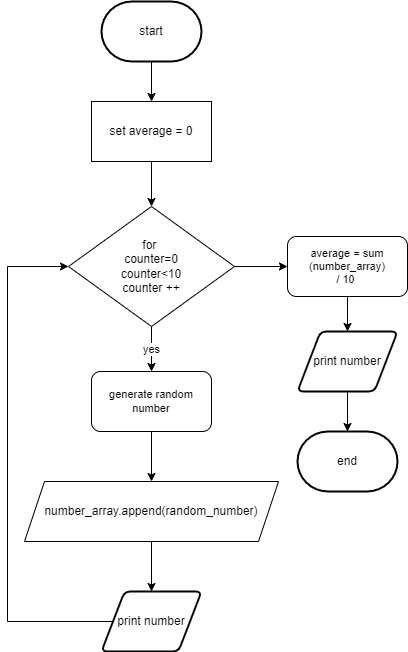
This is flow.png from devin-jhu/ICS3U-Unit6-05-Python, a draw.io export, as it was before one commit. Source tidied: cells renumbered, new cells last; positions are measured from the earlier drawing's top-left corner, leaving out a move shared by most shapes. Its diagram source:
```xml
<mxGraphModel>
  <root>
    <mxCell id="0" />
    <mxCell id="1" parent="0" />
    <mxCell id="2" style="edgeStyle=orthogonalEdgeStyle;shape=connector;rounded=0;html=1;exitX=0;exitY=0.5;exitDx=0;exitDy=0;entryX=0;entryY=0.5;entryDx=0;entryDy=0;labelBackgroundColor=default;fontFamily=Helvetica;fontSize=11;fontColor=default;endArrow=classic;strokeColor=default;" parent="1" edge="1" source="3" target="7">
      <mxGeometry relative="1" as="geometry">
        <Array as="points">
          <mxPoint y="620" />
          <mxPoint y="265" />
        </Array>
      </mxGeometry>
    </mxCell>
    <mxCell id="3" value="print number" style="shape=parallelogram;html=1;strokeWidth=2;perimeter=parallelogramPerimeter;whiteSpace=wrap;rounded=1;arcSize=12;size=0.23;" parent="1" vertex="1">
      <mxGeometry x="94" y="590" width="100" height="60" as="geometry" />
    </mxCell>
    <mxCell id="4" value="end" style="strokeWidth=2;html=1;shape=mxgraph.flowchart.terminator;whiteSpace=wrap;" parent="1" vertex="1">
      <mxGeometry x="290" y="430" width="100" height="60" as="geometry" />
    </mxCell>
    <mxCell id="5" value="yes" style="edgeStyle=orthogonalEdgeStyle;shape=connector;rounded=0;html=1;exitX=0.5;exitY=1;exitDx=0;exitDy=0;entryX=0.5;entryY=0;entryDx=0;entryDy=0;labelBackgroundColor=default;fontFamily=Helvetica;fontSize=11;fontColor=default;endArrow=classic;strokeColor=default;" parent="1" edge="1" source="7" target="11">
      <mxGeometry relative="1" as="geometry" />
    </mxCell>
    <mxCell id="6" style="edgeStyle=orthogonalEdgeStyle;shape=connector;rounded=0;html=1;exitX=1;exitY=0.5;exitDx=0;exitDy=0;entryX=0;entryY=0.5;entryDx=0;entryDy=0;labelBackgroundColor=default;fontFamily=Helvetica;fontSize=11;fontColor=default;endArrow=classic;strokeColor=default;" parent="1" edge="1" source="7" target="17">
      <mxGeometry relative="1" as="geometry" />
    </mxCell>
    <mxCell id="7" value="for&amp;nbsp;&lt;br&gt;counter=0&lt;br&gt;counter&amp;lt;10&lt;br&gt;counter ++" style="rhombus;whiteSpace=wrap;html=1;" parent="1" vertex="1">
      <mxGeometry x="61" y="205" width="166" height="120" as="geometry" />
    </mxCell>
    <mxCell id="8" style="edgeStyle=orthogonalEdgeStyle;shape=connector;rounded=0;html=1;exitX=0.5;exitY=1;exitDx=0;exitDy=0;entryX=0.5;entryY=0;entryDx=0;entryDy=0;labelBackgroundColor=default;fontFamily=Helvetica;fontSize=11;fontColor=default;endArrow=classic;strokeColor=default;" parent="1" edge="1" source="9" target="3">
      <mxGeometry relative="1" as="geometry" />
    </mxCell>
    <mxCell id="9" value="number_array.append(random_number)" style="shape=parallelogram;perimeter=parallelogramPerimeter;whiteSpace=wrap;html=1;fixedSize=1;" parent="1" vertex="1">
      <mxGeometry x="17" y="480" width="254" height="60" as="geometry" />
    </mxCell>
    <mxCell id="10" style="edgeStyle=orthogonalEdgeStyle;shape=connector;rounded=0;html=1;exitX=0.5;exitY=1;exitDx=0;exitDy=0;labelBackgroundColor=default;fontFamily=Helvetica;fontSize=11;fontColor=default;endArrow=classic;strokeColor=default;" parent="1" edge="1" source="11" target="9">
      <mxGeometry relative="1" as="geometry" />
    </mxCell>
    <mxCell id="11" value="generate random number" style="rounded=1;whiteSpace=wrap;html=1;fontFamily=Helvetica;fontSize=11;fontColor=default;" parent="1" vertex="1">
      <mxGeometry x="84" y="370" width="120" height="60" as="geometry" />
    </mxCell>
    <mxCell id="12" style="edgeStyle=orthogonalEdgeStyle;shape=connector;rounded=0;html=1;exitX=0.5;exitY=1;exitDx=0;exitDy=0;exitPerimeter=0;entryX=0.5;entryY=0;entryDx=0;entryDy=0;labelBackgroundColor=default;fontFamily=Helvetica;fontSize=11;fontColor=default;endArrow=classic;strokeColor=default;" parent="1" edge="1" source="13" target="15">
      <mxGeometry relative="1" as="geometry" />
    </mxCell>
    <mxCell id="13" value="start" style="strokeWidth=2;html=1;shape=mxgraph.flowchart.terminator;whiteSpace=wrap;" parent="1" vertex="1">
      <mxGeometry x="94" width="100" height="60" as="geometry" />
    </mxCell>
    <mxCell id="14" style="edgeStyle=orthogonalEdgeStyle;shape=connector;rounded=0;html=1;exitX=0.5;exitY=1;exitDx=0;exitDy=0;entryX=0.5;entryY=0;entryDx=0;entryDy=0;labelBackgroundColor=default;fontFamily=Helvetica;fontSize=11;fontColor=default;endArrow=classic;strokeColor=default;" parent="1" edge="1" source="15" target="7">
      <mxGeometry relative="1" as="geometry" />
    </mxCell>
    <mxCell id="15" value="set average = 0" style="rounded=0;whiteSpace=wrap;html=1;" parent="1" vertex="1">
      <mxGeometry x="84" y="100" width="120" height="60" as="geometry" />
    </mxCell>
    <mxCell id="16" style="edgeStyle=orthogonalEdgeStyle;shape=connector;rounded=0;html=1;exitX=0.5;exitY=1;exitDx=0;exitDy=0;entryX=0.5;entryY=0;entryDx=0;entryDy=0;labelBackgroundColor=default;fontFamily=Helvetica;fontSize=11;fontColor=default;endArrow=classic;strokeColor=default;" parent="1" edge="1" source="17" target="19">
      <mxGeometry relative="1" as="geometry" />
    </mxCell>
    <mxCell id="17" value="average = sum (number_array)&lt;br&gt;/ 10&amp;nbsp;" style="rounded=1;whiteSpace=wrap;html=1;fontFamily=Helvetica;fontSize=11;fontColor=default;" parent="1" vertex="1">
      <mxGeometry x="280" y="235" width="120" height="60" as="geometry" />
    </mxCell>
    <mxCell id="18" style="edgeStyle=orthogonalEdgeStyle;shape=connector;rounded=0;html=1;exitX=0.5;exitY=1;exitDx=0;exitDy=0;entryX=0.5;entryY=0;entryDx=0;entryDy=0;entryPerimeter=0;labelBackgroundColor=default;fontFamily=Helvetica;fontSize=11;fontColor=default;endArrow=classic;strokeColor=default;" parent="1" edge="1" source="19" target="4">
      <mxGeometry relative="1" as="geometry" />
    </mxCell>
    <mxCell id="19" value="print number" style="shape=parallelogram;html=1;strokeWidth=2;perimeter=parallelogramPerimeter;whiteSpace=wrap;rounded=1;arcSize=12;size=0.23;" parent="1" vertex="1">
      <mxGeometry x="290" y="330" width="100" height="60" as="geometry" />
    </mxCell>
  </root>
</mxGraphModel>
```
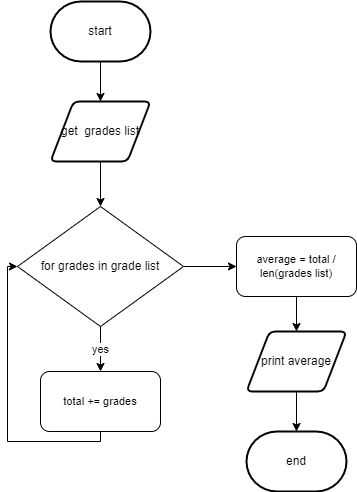
After the change.

The edit, as a diff of the source:
```diff
@@ -2,17 +2,6 @@
   <root>
     <mxCell id="0" />
     <mxCell id="1" parent="0" />
-    <mxCell id="2" style="edgeStyle=orthogonalEdgeStyle;shape=connector;rounded=0;html=1;exitX=0;exitY=0.5;exitDx=0;exitDy=0;entryX=0;entryY=0.5;entryDx=0;entryDy=0;labelBackgroundColor=default;fontFamily=Helvetica;fontSize=11;fontColor=default;endArrow=classic;strokeColor=default;" parent="1" edge="1" source="3" target="7">
-      <mxGeometry relative="1" as="geometry">
-        <Array as="points">
-          <mxPoint y="620" />
-          <mxPoint y="265" />
-        </Array>
-      </mxGeometry>
-    </mxCell>
-    <mxCell id="3" value="print number" style="shape=parallelogram;html=1;strokeWidth=2;perimeter=parallelogramPerimeter;whiteSpace=wrap;rounded=1;arcSize=12;size=0.23;" parent="1" vertex="1">
-      <mxGeometry x="94" y="590" width="100" height="60" as="geometry" />
-    </mxCell>
     <mxCell id="4" value="end" style="strokeWidth=2;html=1;shape=mxgraph.flowchart.terminator;whiteSpace=wrap;" parent="1" vertex="1">
       <mxGeometry x="290" y="430" width="100" height="60" as="geometry" />
     </mxCell>
@@ -22,44 +11,42 @@
     <mxCell id="6" style="edgeStyle=orthogonalEdgeStyle;shape=connector;rounded=0;html=1;exitX=1;exitY=0.5;exitDx=0;exitDy=0;entryX=0;entryY=0.5;entryDx=0;entryDy=0;labelBackgroundColor=default;fontFamily=Helvetica;fontSize=11;fontColor=default;endArrow=classic;strokeColor=default;" parent="1" edge="1" source="7" target="17">
       <mxGeometry relative="1" as="geometry" />
     </mxCell>
-    <mxCell id="7" value="for&amp;nbsp;&lt;br&gt;counter=0&lt;br&gt;counter&amp;lt;10&lt;br&gt;counter ++" style="rhombus;whiteSpace=wrap;html=1;" parent="1" vertex="1">
+    <mxCell id="7" value="for grades in grade list" style="rhombus;whiteSpace=wrap;html=1;" parent="1" vertex="1">
       <mxGeometry x="61" y="205" width="166" height="120" as="geometry" />
     </mxCell>
-    <mxCell id="8" style="edgeStyle=orthogonalEdgeStyle;shape=connector;rounded=0;html=1;exitX=0.5;exitY=1;exitDx=0;exitDy=0;entryX=0.5;entryY=0;entryDx=0;entryDy=0;labelBackgroundColor=default;fontFamily=Helvetica;fontSize=11;fontColor=default;endArrow=classic;strokeColor=default;" parent="1" edge="1" source="9" target="3">
-      <mxGeometry relative="1" as="geometry" />
-    </mxCell>
-    <mxCell id="9" value="number_array.append(random_number)" style="shape=parallelogram;perimeter=parallelogramPerimeter;whiteSpace=wrap;html=1;fixedSize=1;" parent="1" vertex="1">
-      <mxGeometry x="17" y="480" width="254" height="60" as="geometry" />
-    </mxCell>
-    <mxCell id="10" style="edgeStyle=orthogonalEdgeStyle;shape=connector;rounded=0;html=1;exitX=0.5;exitY=1;exitDx=0;exitDy=0;labelBackgroundColor=default;fontFamily=Helvetica;fontSize=11;fontColor=default;endArrow=classic;strokeColor=default;" parent="1" edge="1" source="11" target="9">
-      <mxGeometry relative="1" as="geometry" />
-    </mxCell>
+    <mxCell id="20" style="edgeStyle=orthogonalEdgeStyle;shape=connector;rounded=0;html=1;exitX=0.5;exitY=1;exitDx=0;exitDy=0;entryX=0;entryY=0.5;entryDx=0;entryDy=0;labelBackgroundColor=default;fontFamily=Helvetica;fontSize=11;fontColor=default;endArrow=classic;strokeColor=default;" parent="1" edge="1" source="11" target="7">
+      <mxGeometry relative="1" as="geometry" />
+    </mxCell>
-    <mxCell id="11" value="generate random number" style="rounded=1;whiteSpace=wrap;html=1;fontFamily=Helvetica;fontSize=11;fontColor=default;" parent="1" vertex="1">
+    <mxCell id="11" value="total += grades" style="rounded=1;whiteSpace=wrap;html=1;fontFamily=Helvetica;fontSize=11;fontColor=default;" parent="1" vertex="1">
       <mxGeometry x="84" y="370" width="120" height="60" as="geometry" />
     </mxCell>
-    <mxCell id="12" style="edgeStyle=orthogonalEdgeStyle;shape=connector;rounded=0;html=1;exitX=0.5;exitY=1;exitDx=0;exitDy=0;exitPerimeter=0;entryX=0.5;entryY=0;entryDx=0;entryDy=0;labelBackgroundColor=default;fontFamily=Helvetica;fontSize=11;fontColor=default;endArrow=classic;strokeColor=default;" parent="1" edge="1" source="13" target="15">
-      <mxGeometry relative="1" as="geometry" />
+    <mxCell id="12" style="edgeStyle=orthogonalEdgeStyle;shape=connector;rounded=0;html=1;exitX=0.5;exitY=1;exitDx=0;exitDy=0;exitPerimeter=0;entryX=0.5;entryY=0;entryDx=0;entryDy=0;labelBackgroundColor=default;fontFamily=Helvetica;fontSize=11;fontColor=default;endArrow=classic;strokeColor=default;" parent="1" edge="1" source="13">
+      <mxGeometry relative="1" as="geometry">
+        <mxPoint x="144" y="100" as="targetPoint" />
+      </mxGeometry>
     </mxCell>
     <mxCell id="13" value="start" style="strokeWidth=2;html=1;shape=mxgraph.flowchart.terminator;whiteSpace=wrap;" parent="1" vertex="1">
       <mxGeometry x="94" width="100" height="60" as="geometry" />
     </mxCell>
-    <mxCell id="14" style="edgeStyle=orthogonalEdgeStyle;shape=connector;rounded=0;html=1;exitX=0.5;exitY=1;exitDx=0;exitDy=0;entryX=0.5;entryY=0;entryDx=0;entryDy=0;labelBackgroundColor=default;fontFamily=Helvetica;fontSize=11;fontColor=default;endArrow=classic;strokeColor=default;" parent="1" edge="1" source="15" target="7">
-      <mxGeometry relative="1" as="geometry" />
+    <mxCell id="14" style="edgeStyle=orthogonalEdgeStyle;shape=connector;rounded=0;html=1;exitX=0.5;exitY=1;exitDx=0;exitDy=0;entryX=0.5;entryY=0;entryDx=0;entryDy=0;labelBackgroundColor=default;fontFamily=Helvetica;fontSize=11;fontColor=default;endArrow=classic;strokeColor=default;" parent="1" edge="1" target="7">
+      <mxGeometry relative="1" as="geometry">
+        <mxPoint x="144" y="160" as="sourcePoint" />
+      </mxGeometry>
     </mxCell>
-    <mxCell id="15" value="set average = 0" style="rounded=0;whiteSpace=wrap;html=1;" parent="1" vertex="1">
-      <mxGeometry x="84" y="100" width="120" height="60" as="geometry" />
-    </mxCell>
     <mxCell id="16" style="edgeStyle=orthogonalEdgeStyle;shape=connector;rounded=0;html=1;exitX=0.5;exitY=1;exitDx=0;exitDy=0;entryX=0.5;entryY=0;entryDx=0;entryDy=0;labelBackgroundColor=default;fontFamily=Helvetica;fontSize=11;fontColor=default;endArrow=classic;strokeColor=default;" parent="1" edge="1" source="17" target="19">
       <mxGeometry relative="1" as="geometry" />
     </mxCell>
-    <mxCell id="17" value="average = sum (number_array)&lt;br&gt;/ 10&amp;nbsp;" style="rounded=1;whiteSpace=wrap;html=1;fontFamily=Helvetica;fontSize=11;fontColor=default;" parent="1" vertex="1">
+    <mxCell id="17" value="average = total / len(grades list)" style="rounded=1;whiteSpace=wrap;html=1;fontFamily=Helvetica;fontSize=11;fontColor=default;" parent="1" vertex="1">
       <mxGeometry x="280" y="235" width="120" height="60" as="geometry" />
     </mxCell>
     <mxCell id="18" style="edgeStyle=orthogonalEdgeStyle;shape=connector;rounded=0;html=1;exitX=0.5;exitY=1;exitDx=0;exitDy=0;entryX=0.5;entryY=0;entryDx=0;entryDy=0;entryPerimeter=0;labelBackgroundColor=default;fontFamily=Helvetica;fontSize=11;fontColor=default;endArrow=classic;strokeColor=default;" parent="1" edge="1" source="19" target="4">
       <mxGeometry relative="1" as="geometry" />
     </mxCell>
-    <mxCell id="19" value="print number" style="shape=parallelogram;html=1;strokeWidth=2;perimeter=parallelogramPerimeter;whiteSpace=wrap;rounded=1;arcSize=12;size=0.23;" parent="1" vertex="1">
+    <mxCell id="19" value="print average" style="shape=parallelogram;html=1;strokeWidth=2;perimeter=parallelogramPerimeter;whiteSpace=wrap;rounded=1;arcSize=12;size=0.23;" parent="1" vertex="1">
       <mxGeometry x="290" y="330" width="100" height="60" as="geometry" />
     </mxCell>
+    <mxCell id="21" value="get&amp;nbsp; grades list" style="shape=parallelogram;html=1;strokeWidth=2;perimeter=parallelogramPerimeter;whiteSpace=wrap;rounded=1;arcSize=12;size=0.23;" parent="1" vertex="1">
+      <mxGeometry x="94" y="100" width="100" height="60" as="geometry" />
+    </mxCell>
   </root>
 </mxGraphModel>
```
